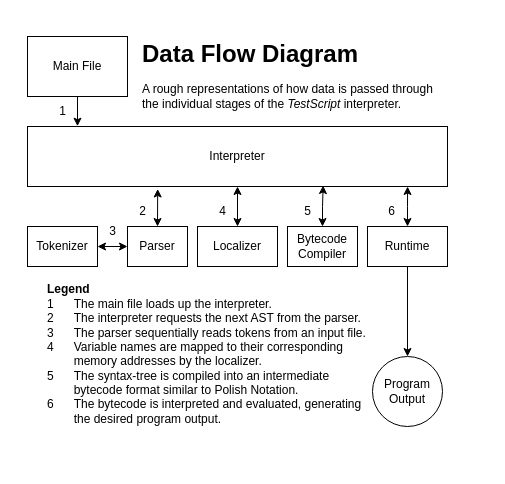
This is paper/Data Flow Diagram.drawio from LeFlorians/TestScript, a draw.io file, before an edit. Source tidied: cells renumbered, new cells numbered last; positions are measured from the earlier drawing's top-left corner, leaving out a move shared by most shapes. Both pictures are drawn from the tidied source at 100%, with x=0, y=0 at pixel (27, 36).
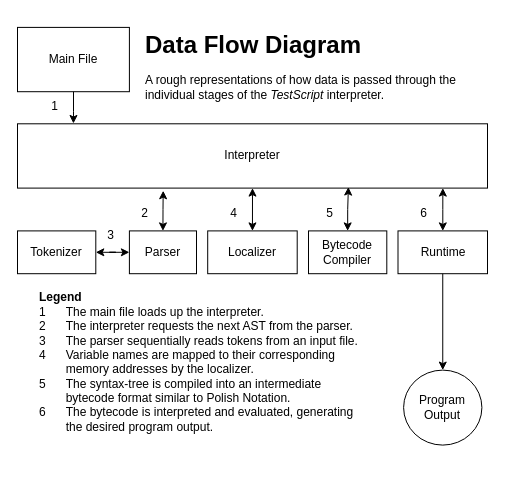
After the change.

Change to the diagram source:
```diff
@@
-    <mxCell id="2" style="edgeStyle=orthogonalEdgeStyle;rounded=0;jettySize=auto;html=1;entryX=0.119;entryY=-0.005;entryDx=0;entryDy=0;entryPerimeter=0;" parent="1" edge="1" source="3" target="4">
-      <mxGeometry relative="1" as="geometry" />
-    </mxCell>
+    <mxCell id="25" style="group;" parent="1" vertex="1">
+      <mxGeometry x="-10" y="-9.1" width="470" height="439.1" as="geometry" />
+    </mxCell>
-    <mxCell id="3" value="Main File" style="rounded=0;whiteSpace=wrap;html=1;" parent="1" vertex="1">
-      <mxGeometry width="100" height="60" as="geometry" />
+    <mxCell id="3" value="Main File" style="rounded=0;whiteSpace=wrap;html=1;" parent="25" vertex="1">
+      <mxGeometry width="111.9" height="64.3" as="geometry" />
     </mxCell>
-    <mxCell id="4" value="Interpreter" style="whiteSpace=wrap;html=1;" parent="1" vertex="1">
-      <mxGeometry y="90" width="420" height="60" as="geometry" />
+    <mxCell id="4" value="Interpreter" style="whiteSpace=wrap;html=1;" parent="25" vertex="1">
+      <mxGeometry y="96.4" width="470" height="64.3" as="geometry" />
     </mxCell>
+    <mxCell id="2" style="edgeStyle=orthogonalEdgeStyle;rounded=0;jettySize=auto;html=1;entryX=0.119;entryY=-0.005;entryDx=0;entryDy=0;entryPerimeter=0;" parent="25" edge="1" source="3" target="4">
+      <mxGeometry relative="1" as="geometry" />
+    </mxCell>
-    <mxCell id="5" value="Tokenizer" style="whiteSpace=wrap;html=1;" parent="1" vertex="1">
-      <mxGeometry y="190" width="70" height="40" as="geometry" />
+    <mxCell id="5" value="Tokenizer" style="whiteSpace=wrap;html=1;" parent="25" vertex="1">
+      <mxGeometry y="203.5" width="78.3" height="42.8" as="geometry" />
     </mxCell>
-    <mxCell id="6" style="edgeStyle=orthogonalEdgeStyle;rounded=0;jettySize=auto;html=1;exitX=0.5;exitY=0;exitDx=0;exitDy=0;entryX=0.5;entryY=1;entryDx=0;entryDy=0;strokeColor=default;startArrow=classic;startFill=1;" parent="1" edge="1" source="7" target="4">
+    <mxCell id="6" style="edgeStyle=orthogonalEdgeStyle;rounded=0;jettySize=auto;html=1;exitX=0.5;exitY=0;exitDx=0;exitDy=0;entryX=0.5;entryY=1;entryDx=0;entryDy=0;strokeColor=default;startArrow=classic;startFill=1;" parent="25" edge="1" source="7" target="4">
       <mxGeometry relative="1" as="geometry" />
     </mxCell>
-    <mxCell id="7" value="Localizer" style="whiteSpace=wrap;html=1;" parent="1" vertex="1">
-      <mxGeometry x="170" y="190" width="80" height="40" as="geometry" />
+    <mxCell id="7" value="Localizer" style="whiteSpace=wrap;html=1;" parent="25" vertex="1">
+      <mxGeometry x="190.2" y="203.5" width="89.5" height="42.8" as="geometry" />
     </mxCell>
-    <mxCell id="8" style="edgeStyle=orthogonalEdgeStyle;rounded=0;jettySize=auto;html=1;exitX=0;exitY=0.5;exitDx=0;exitDy=0;strokeColor=default;startArrow=classic;startFill=1;" parent="1" edge="1" source="10" target="5">
+    <mxCell id="8" style="edgeStyle=orthogonalEdgeStyle;rounded=0;jettySize=auto;html=1;exitX=0;exitY=0.5;exitDx=0;exitDy=0;strokeColor=default;startArrow=classic;startFill=1;" parent="25" edge="1" source="10" target="5">
       <mxGeometry relative="1" as="geometry" />
     </mxCell>
-    <mxCell id="9" style="edgeStyle=orthogonalEdgeStyle;rounded=0;jettySize=auto;html=1;exitX=0.5;exitY=0;exitDx=0;exitDy=0;entryX=0.31;entryY=1.041;entryDx=0;entryDy=0;entryPerimeter=0;strokeColor=default;startArrow=classic;startFill=1;" parent="1" edge="1" source="10" target="4">
+    <mxCell id="9" style="edgeStyle=orthogonalEdgeStyle;rounded=0;jettySize=auto;html=1;exitX=0.5;exitY=0;exitDx=0;exitDy=0;entryX=0.31;entryY=1.041;entryDx=0;entryDy=0;entryPerimeter=0;strokeColor=default;startArrow=classic;startFill=1;" parent="25" edge="1" source="10" target="4">
       <mxGeometry relative="1" as="geometry" />
     </mxCell>
-    <mxCell id="10" value="Parser" style="whiteSpace=wrap;html=1;" parent="1" vertex="1">
-      <mxGeometry x="100" y="190" width="60" height="40" as="geometry" />
+    <mxCell id="10" value="Parser" style="whiteSpace=wrap;html=1;" parent="25" vertex="1">
+      <mxGeometry x="111.9" y="203.5" width="67.1" height="42.8" as="geometry" />
     </mxCell>
-    <mxCell id="11" style="edgeStyle=orthogonalEdgeStyle;rounded=0;jettySize=auto;html=1;entryX=0.905;entryY=1;entryDx=0;entryDy=0;entryPerimeter=0;strokeColor=default;startArrow=classic;startFill=1;" parent="1" edge="1" source="13" target="4">
+    <mxCell id="11" style="edgeStyle=orthogonalEdgeStyle;rounded=0;jettySize=auto;html=1;entryX=0.905;entryY=1;entryDx=0;entryDy=0;entryPerimeter=0;strokeColor=default;startArrow=classic;startFill=1;" parent="25" edge="1" source="13" target="4">
       <mxGeometry relative="1" as="geometry" />
     </mxCell>
-    <mxCell id="12" style="edgeStyle=orthogonalEdgeStyle;rounded=0;jettySize=auto;html=1;exitX=0.5;exitY=1;exitDx=0;exitDy=0;entryX=0.5;entryY=0;entryDx=0;entryDy=0;strokeColor=default;startArrow=none;startFill=0;" parent="1" edge="1" source="13" target="16">
-      <mxGeometry relative="1" as="geometry" />
-    </mxCell>
-    <mxCell id="13" value="Runtime" style="whiteSpace=wrap;html=1;" parent="1" vertex="1">
-      <mxGeometry x="340" y="190" width="80" height="40" as="geometry" />
+    <mxCell id="13" value="Runtime" style="whiteSpace=wrap;html=1;" parent="25" vertex="1">
+      <mxGeometry x="380.5" y="203.5" width="89.5" height="42.8" as="geometry" />
     </mxCell>
-    <mxCell id="14" style="edgeStyle=orthogonalEdgeStyle;rounded=0;jettySize=auto;html=1;exitX=0.5;exitY=0;exitDx=0;exitDy=0;entryX=0.704;entryY=0.984;entryDx=0;entryDy=0;entryPerimeter=0;strokeColor=default;startArrow=classic;startFill=1;" parent="1" edge="1" source="15" target="4">
+    <mxCell id="14" style="edgeStyle=orthogonalEdgeStyle;rounded=0;jettySize=auto;html=1;exitX=0.5;exitY=0;exitDx=0;exitDy=0;entryX=0.704;entryY=0.984;entryDx=0;entryDy=0;entryPerimeter=0;strokeColor=default;startArrow=classic;startFill=1;" parent="25" edge="1" source="15" target="4">
       <mxGeometry relative="1" as="geometry" />
     </mxCell>
-    <mxCell id="15" value="&lt;div&gt;Bytecode&lt;/div&gt;&lt;div&gt;Compiler&lt;br&gt;&lt;/div&gt;" style="whiteSpace=wrap;html=1;" parent="1" vertex="1">
-      <mxGeometry x="260" y="190" width="70" height="40" as="geometry" />
+    <mxCell id="15" value="&lt;div&gt;Bytecode&lt;/div&gt;&lt;div&gt;Compiler&lt;br&gt;&lt;/div&gt;" style="whiteSpace=wrap;html=1;" parent="25" vertex="1">
+      <mxGeometry x="291" y="203.5" width="78.3" height="42.8" as="geometry" />
     </mxCell>
-    <mxCell id="16" value="&lt;div&gt;Program&lt;br&gt;&lt;/div&gt;&lt;div&gt;Output&lt;/div&gt;" style="ellipse;whiteSpace=wrap;html=1;" parent="1" vertex="1">
-      <mxGeometry x="345" y="320" width="70" height="70" as="geometry" />
+    <mxCell id="16" value="&lt;div&gt;Program&lt;br&gt;&lt;/div&gt;&lt;div&gt;Output&lt;/div&gt;" style="ellipse;whiteSpace=wrap;html=1;" parent="25" vertex="1">
+      <mxGeometry x="386.1" y="342.7" width="78.3" height="75" as="geometry" />
     </mxCell>
+    <mxCell id="12" style="edgeStyle=orthogonalEdgeStyle;rounded=0;jettySize=auto;html=1;exitX=0.5;exitY=1;exitDx=0;exitDy=0;entryX=0.5;entryY=0;entryDx=0;entryDy=0;strokeColor=default;startArrow=none;startFill=0;" parent="25" edge="1" source="13" target="16">
+      <mxGeometry relative="1" as="geometry" />
+    </mxCell>
-    <mxCell id="17" value="1" style="text;html=1;align=center;verticalAlign=middle;strokeColor=none;fillColor=none;" parent="1" vertex="1">
-      <mxGeometry x="20" y="60" width="30" height="30" as="geometry" />
+    <mxCell id="17" value="1" style="text;html=1;align=center;verticalAlign=middle;strokeColor=none;fillColor=none;" parent="25" vertex="1">
+      <mxGeometry x="22.4" y="64.3" width="30" height="30" as="geometry" />
     </mxCell>
-    <mxCell id="18" value="2" style="text;html=1;align=center;verticalAlign=middle;strokeColor=none;fillColor=none;" parent="1" vertex="1">
-      <mxGeometry x="100" y="160" width="30" height="30" as="geometry" />
+    <mxCell id="18" value="2" style="text;html=1;align=center;verticalAlign=middle;strokeColor=none;fillColor=none;" parent="25" vertex="1">
+      <mxGeometry x="111.9" y="171.3" width="30" height="30" as="geometry" />
     </mxCell>
-    <mxCell id="19" value="3" style="text;html=1;align=center;verticalAlign=middle;strokeColor=none;fillColor=none;" parent="1" vertex="1">
-      <mxGeometry x="70" y="180" width="30" height="30" as="geometry" />
+    <mxCell id="19" value="3" style="text;html=1;align=center;verticalAlign=middle;strokeColor=none;fillColor=none;" parent="25" vertex="1">
+      <mxGeometry x="78.3" y="192.8" width="30" height="30" as="geometry" />
     </mxCell>
-    <mxCell id="20" value="4" style="text;html=1;align=center;verticalAlign=middle;strokeColor=none;fillColor=none;" parent="1" vertex="1">
-      <mxGeometry x="180" y="160" width="30" height="30" as="geometry" />
+    <mxCell id="20" value="4" style="text;html=1;align=center;verticalAlign=middle;strokeColor=none;fillColor=none;" parent="25" vertex="1">
+      <mxGeometry x="201.4" y="171.3" width="30" height="30" as="geometry" />
     </mxCell>
-    <mxCell id="21" value="5" style="text;html=1;align=center;verticalAlign=middle;strokeColor=none;fillColor=none;" parent="1" vertex="1">
-      <mxGeometry x="265" y="160" width="30" height="30" as="geometry" />
+    <mxCell id="21" value="5" style="text;html=1;align=center;verticalAlign=middle;strokeColor=none;fillColor=none;" parent="25" vertex="1">
+      <mxGeometry x="296.5" y="171.3" width="30" height="30" as="geometry" />
     </mxCell>
-    <mxCell id="22" value="6" style="text;html=1;align=center;verticalAlign=middle;strokeColor=none;fillColor=none;" parent="1" vertex="1">
-      <mxGeometry x="349" y="160" width="30" height="30" as="geometry" />
+    <mxCell id="22" value="6" style="text;html=1;align=center;verticalAlign=middle;strokeColor=none;fillColor=none;" parent="25" vertex="1">
+      <mxGeometry x="390.5" y="171.3" width="30" height="30" as="geometry" />
     </mxCell>
-    <mxCell id="23" value="&lt;h1 style=&quot;line-height: 1;&quot;&gt;Data Flow Diagram&lt;/h1&gt;&lt;div&gt;A rough representations of how data is passed through the individual stages of the &lt;i&gt;TestScript&lt;/i&gt; interpreter.&lt;br&gt;&lt;/div&gt;" style="text;html=1;strokeColor=none;fillColor=none;spacing=5;spacingTop=-20;whiteSpace=wrap;overflow=hidden;rounded=0;labelBorderColor=none;" parent="1" vertex="1">
-      <mxGeometry x="110" width="300" height="90" as="geometry" />
+    <mxCell id="23" value="&lt;h1 style=&quot;line-height: 1;&quot;&gt;Data Flow Diagram&lt;/h1&gt;&lt;div&gt;A rough representations of how data is passed through the individual stages of the &lt;i&gt;TestScript&lt;/i&gt; interpreter.&lt;br&gt;&lt;/div&gt;" style="text;html=1;strokeColor=none;fillColor=none;spacing=5;spacingTop=-20;whiteSpace=wrap;overflow=hidden;rounded=0;labelBorderColor=none;" parent="25" vertex="1">
+      <mxGeometry x="123.1" width="335.7" height="96.4" as="geometry" />
     </mxCell>
-    <mxCell id="24" value="&lt;div align=&quot;left&quot;&gt;&lt;b&gt;Legend&lt;/b&gt;&lt;/div&gt;&lt;div align=&quot;left&quot;&gt;1&lt;span style=&quot;white-space: pre;&quot;&gt;&#9;&lt;/span&gt;The main file loads up the interpreter.&lt;br&gt;&lt;/div&gt;&lt;div align=&quot;left&quot;&gt;2&lt;span style=&quot;white-space: pre;&quot;&gt;&#9;&lt;/span&gt;The interpreter requests the next AST from the parser.&lt;/div&gt;&lt;div align=&quot;left&quot;&gt;3&lt;span style=&quot;white-space: pre;&quot;&gt;&#9;&lt;/span&gt;The parser sequentially reads tokens from an input file.&lt;br&gt;&lt;/div&gt;&lt;div align=&quot;left&quot;&gt;4&lt;span style=&quot;white-space: pre;&quot;&gt;&#9;&lt;/span&gt;Variable names are mapped to their corresponding&lt;/div&gt;&lt;div align=&quot;left&quot;&gt;&lt;span style=&quot;white-space: pre;&quot;&gt;&#9;&lt;/span&gt;memory addresses by the localizer.&lt;/div&gt;&lt;div align=&quot;left&quot;&gt;5&lt;span style=&quot;white-space: pre;&quot;&gt;&#9;&lt;/span&gt;The syntax-tree is compiled into an intermediate&lt;br&gt;&lt;/div&gt;&lt;div align=&quot;left&quot;&gt;&lt;span style=&quot;white-space: pre;&quot;&gt;&#9;&lt;/span&gt;bytecode format similar to Polish Notation.&lt;/div&gt;&lt;div align=&quot;left&quot;&gt;6&lt;span style=&quot;white-space: pre;&quot;&gt;&#9;&lt;/span&gt;The bytecode is interpreted and evaluated, generating&lt;/div&gt;&lt;div align=&quot;left&quot;&gt;&lt;span style=&quot;white-space: pre;&quot;&gt;&#9;&lt;/span&gt;the desired program output.&lt;br&gt;&lt;/div&gt;&lt;div align=&quot;left&quot;&gt;&lt;span style=&quot;white-space: pre;&quot;&gt;&lt;span style=&quot;white-space: pre;&quot;&gt;&lt;/span&gt;&lt;/span&gt;&lt;br&gt;&lt;/div&gt;" style="text;html=1;align=left;verticalAlign=middle;strokeColor=none;fillColor=none;labelBorderColor=none;spacing=0;" parent="1" vertex="1">
-      <mxGeometry x="20" y="240" width="340" height="170" as="geometry" />
+    <mxCell id="24" value="&lt;div align=&quot;left&quot;&gt;&lt;b&gt;Legend&lt;/b&gt;&lt;/div&gt;&lt;div align=&quot;left&quot;&gt;1&lt;span style=&quot;white-space: pre;&quot;&gt;&#9;&lt;/span&gt;The main file loads up the interpreter.&lt;br&gt;&lt;/div&gt;&lt;div align=&quot;left&quot;&gt;2&lt;span style=&quot;white-space: pre;&quot;&gt;&#9;&lt;/span&gt;The interpreter requests the next AST from the parser.&lt;/div&gt;&lt;div align=&quot;left&quot;&gt;3&lt;span style=&quot;white-space: pre;&quot;&gt;&#9;&lt;/span&gt;The parser sequentially reads tokens from an input file.&lt;br&gt;&lt;/div&gt;&lt;div align=&quot;left&quot;&gt;4&lt;span style=&quot;white-space: pre;&quot;&gt;&#9;&lt;/span&gt;Variable names are mapped to their corresponding&lt;/div&gt;&lt;div align=&quot;left&quot;&gt;&lt;span style=&quot;white-space: pre;&quot;&gt;&#9;&lt;/span&gt;memory addresses by the localizer.&lt;/div&gt;&lt;div align=&quot;left&quot;&gt;5&lt;span style=&quot;white-space: pre;&quot;&gt;&#9;&lt;/span&gt;The syntax-tree is compiled into an intermediate&lt;br&gt;&lt;/div&gt;&lt;div align=&quot;left&quot;&gt;&lt;span style=&quot;white-space: pre;&quot;&gt;&#9;&lt;/span&gt;bytecode format similar to Polish Notation.&lt;/div&gt;&lt;div align=&quot;left&quot;&gt;6&lt;span style=&quot;white-space: pre;&quot;&gt;&#9;&lt;/span&gt;The bytecode is interpreted and evaluated, generating&lt;/div&gt;&lt;div align=&quot;left&quot;&gt;&lt;span style=&quot;white-space: pre;&quot;&gt;&#9;&lt;/span&gt;the desired program output.&lt;br&gt;&lt;/div&gt;&lt;div align=&quot;left&quot;&gt;&lt;span style=&quot;white-space: pre;&quot;&gt;&lt;span style=&quot;white-space: pre;&quot;&gt;&lt;/span&gt;&lt;/span&gt;&lt;br&gt;&lt;/div&gt;" style="text;html=1;align=left;verticalAlign=middle;strokeColor=none;fillColor=none;labelBorderColor=none;spacing=0;" parent="25" vertex="1">
+      <mxGeometry x="22.4" y="257" width="340" height="170" as="geometry" />
     </mxCell>
```
